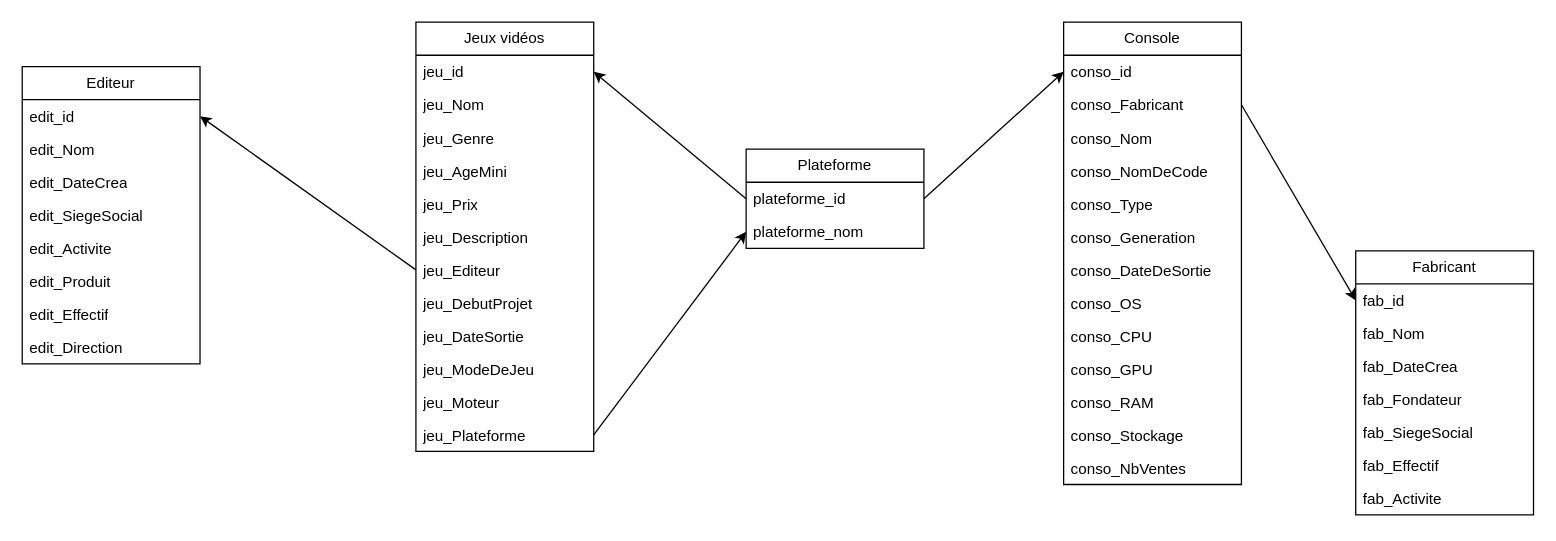
The draw.io diagram MLD.drawio in DylanCOVAREL/CESI-gestion_de_donnees, before the edit. Source tidied: cells renumbered, new cells numbered last; positions are measured from the earlier drawing's top-left corner, leaving out a move shared by most shapes. Both pictures are drawn from the tidied source at 127%, with x=0, y=0 at pixel (22, 22).
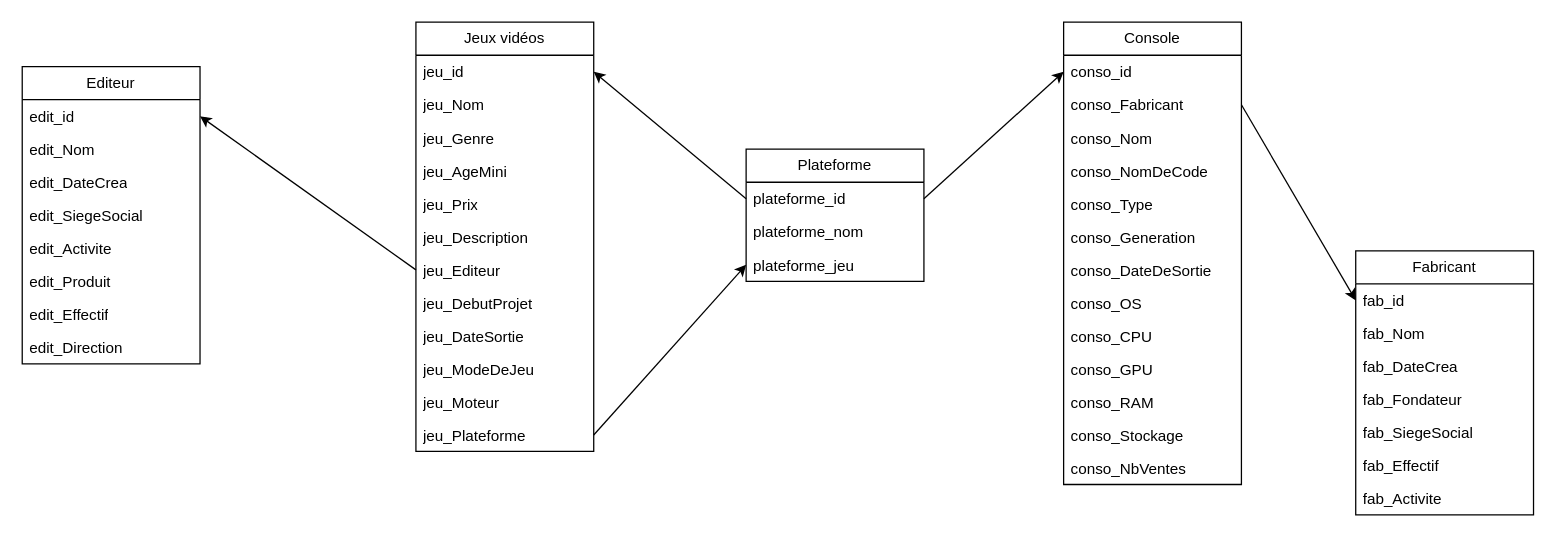
Above is the later version.

Commit message:
Mettre à jour MLD.drawio

The change refers to these unchanged cells:
```xml
<mxCell id="14" value="jeu_Plateforme" style="text;strokeColor=none;fillColor=none;align=left;verticalAlign=top;spacingLeft=4;spacingRight=4;overflow=hidden;points=[[0,0.5],[1,0.5]];portConstraint=eastwest;whiteSpace=wrap;html=1;" parent="2" vertex="1">
  <mxGeometry y="312" width="140" height="26" as="geometry" />
</mxCell>
<mxCell id="51" value="plateforme_nom" style="text;strokeColor=none;fillColor=none;align=left;verticalAlign=top;spacingLeft=4;spacingRight=4;overflow=hidden;points=[[0,0.5],[1,0.5]];portConstraint=eastwest;whiteSpace=wrap;html=1;" parent="49" vertex="1">
  <mxGeometry y="52" width="140" height="26" as="geometry" />
</mxCell>
```

Diff of the diagram source:
```diff
@@
-    <mxCell id="48" style="rounded=0;jettySize=auto;html=1;exitX=1;exitY=0.5;exitDx=0;exitDy=0;entryX=0;entryY=0.5;entryDx=0;entryDy=0;" parent="1" edge="1" source="14" target="51">
+    <mxCell id="48" style="rounded=0;jettySize=auto;html=1;exitX=1;exitY=0.5;exitDx=0;exitDy=0;entryX=0;entryY=0.5;entryDx=0;entryDy=0;" parent="1" edge="1" source="14" target="54">
       <mxGeometry relative="1" as="geometry" />
     </mxCell>
     <mxCell id="49" value="Plateforme" style="swimlane;fontStyle=0;horizontal=1;startSize=26;fillColor=none;whiteSpace=wrap;html=1;" parent="1" vertex="1">
-      <mxGeometry x="570" y="100" width="140" height="78" as="geometry" />
+      <mxGeometry x="570" y="100" width="140" height="104" as="geometry" />
     </mxCell>
@@
+    <mxCell id="54" value="plateforme_jeu" style="text;strokeColor=none;fillColor=none;align=left;verticalAlign=top;spacingLeft=4;spacingRight=4;overflow=hidden;points=[[0,0.5],[1,0.5]];portConstraint=eastwest;whiteSpace=wrap;html=1;" parent="49" vertex="1">
+      <mxGeometry y="78" width="140" height="26" as="geometry" />
+    </mxCell>
```
